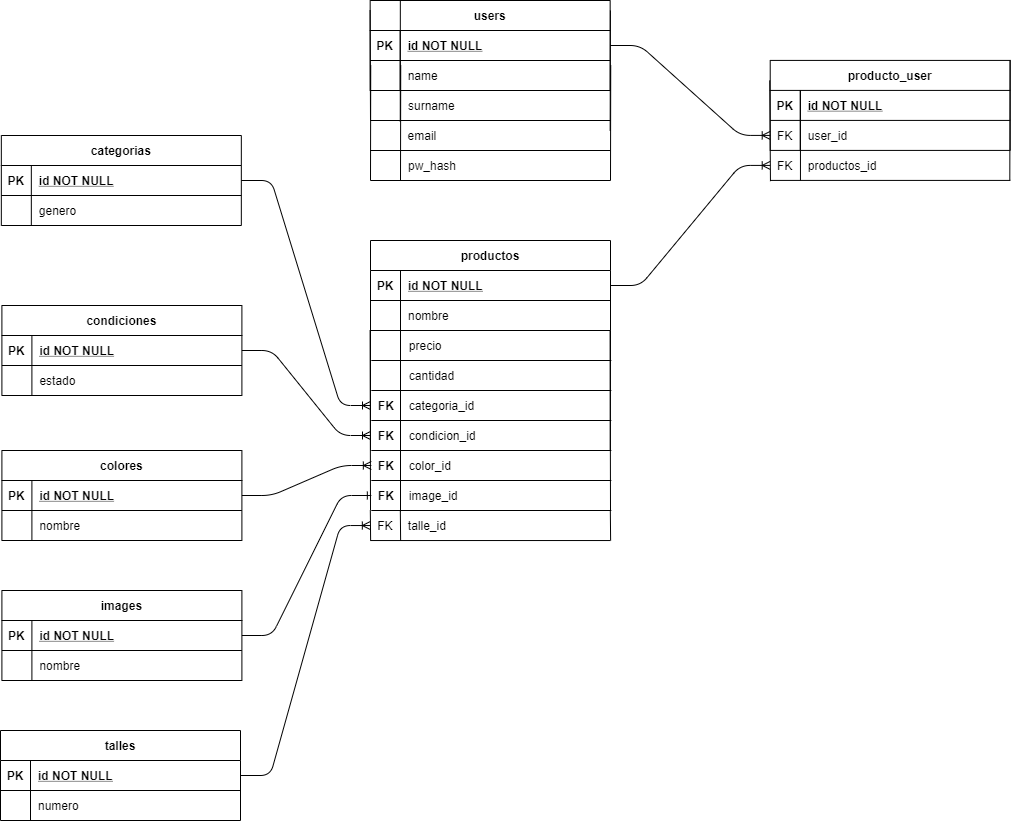
Earlier version of the draw.io export public/diagrama.png (joaquinodz/roper). Source tidied: cells renumbered, new cells last; positions are measured from the earlier drawing's top-left corner, leaving out a move shared by most shapes.
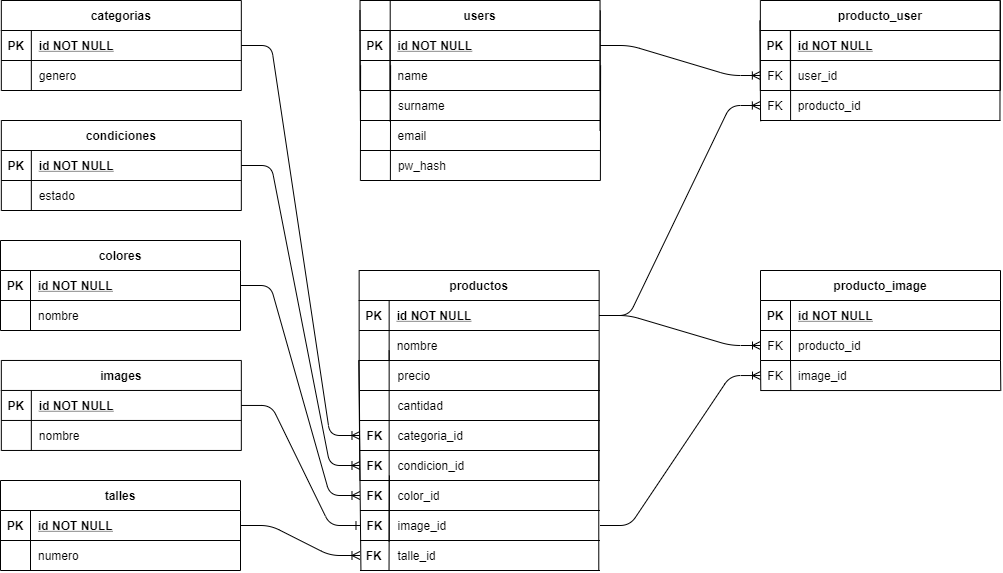
Above is the later version.

Commit message:
Modifiqué relaciones, again.

Change to the diagram source:
```diff
@@ -5,3 +5,3 @@
     <mxCell id="2" value="users" style="shape=table;startSize=30;rowLines=0;fontStyle=1;align=center;" parent="1" vertex="1">
-      <mxGeometry x="369.7" width="240" height="90" as="geometry" />
+      <mxGeometry x="369.5" y="50" width="240" height="90" as="geometry" />
     </mxCell>
@@ -26,3 +26,3 @@
     <mxCell id="9" value="productos" style="shape=table;startSize=30;rowLines=0;fontStyle=1;align=center;" parent="1" vertex="1">
-      <mxGeometry x="370" y="240" width="240" height="90" as="geometry" />
+      <mxGeometry x="368.7" y="320" width="240" height="90" as="geometry" />
     </mxCell>
@@ -47,3 +47,3 @@
     <mxCell id="16" value="categorias" style="shape=table;startSize=30;rowLines=0;fontStyle=1;align=center;" parent="1" vertex="1">
-      <mxGeometry x="0.8" y="135" width="240" height="90" as="geometry" />
+      <mxGeometry x="10.8" y="50" width="240" height="90" as="geometry" />
     </mxCell>
@@ -68,3 +68,3 @@
     <mxCell id="23" style="shape=table;startSize=0;rowLines=0;fontStyle=0;align=center;strokeColor=none;fillColor=none;" parent="1" vertex="1">
-      <mxGeometry x="370" y="90" width="240" height="30" as="geometry" />
+      <mxGeometry x="369.9" y="140" width="240" height="30" as="geometry" />
     </mxCell>
@@ -82,9 +82,7 @@
     </mxCell>
-    <mxCell id="28" style="edgeStyle=entityRelationEdgeStyle;fontSize=12;html=1;endArrow=ERoneToMany;exitX=1;exitY=0.5;exitDx=0;exitDy=0;" parent="1" edge="1" source="17">
-      <mxGeometry relative="1" as="geometry">
-        <mxPoint x="370" y="405" as="targetPoint" />
-      </mxGeometry>
+    <mxCell id="28" style="edgeStyle=entityRelationEdgeStyle;fontSize=12;html=1;endArrow=ERoneToMany;exitX=1;exitY=0.5;exitDx=0;exitDy=0;" parent="1" edge="1" source="17" target="91">
+      <mxGeometry relative="1" as="geometry" />
     </mxCell>
     <mxCell id="29" style="shape=table;startSize=0;rowLines=0;fontStyle=0;align=center;strokeColor=none;fillColor=none;" parent="1" vertex="1">
-      <mxGeometry x="370.8" y="450" width="240" height="30" as="geometry" />
+      <mxGeometry x="369.5" y="530" width="240" height="30" as="geometry" />
     </mxCell>
@@ -100,3 +98,3 @@
     <mxCell id="33" value="condiciones" style="shape=table;startSize=30;rowLines=0;fontStyle=1;align=center;" parent="1" vertex="1">
-      <mxGeometry x="1.4" y="305" width="240" height="90" as="geometry" />
+      <mxGeometry x="10.8" y="170" width="240" height="90" as="geometry" />
     </mxCell>
@@ -120,11 +118,7 @@
     </mxCell>
-    <mxCell id="40" style="edgeStyle=entityRelationEdgeStyle;fontSize=12;html=1;endArrow=ERoneToMany;exitX=1;exitY=0.5;exitDx=0;exitDy=0;" parent="1" edge="1" source="34">
-      <mxGeometry relative="1" as="geometry">
-        <mxPoint x="370" y="435" as="targetPoint" />
-      </mxGeometry>
+    <mxCell id="40" style="edgeStyle=entityRelationEdgeStyle;fontSize=12;html=1;endArrow=ERoneToMany;exitX=1;exitY=0.5;exitDx=0;exitDy=0;" parent="1" edge="1" source="34" target="95">
+      <mxGeometry relative="1" as="geometry" />
     </mxCell>
-    <mxCell id="41" style="endArrow=none;html=1;entryX=0;entryY=0.988;entryDx=0;entryDy=0;entryPerimeter=0;" parent="1" edge="1" target="13">
-      <mxGeometry relative="1" as="geometry">
-        <mxPoint x="370" y="450" as="sourcePoint" />
-      </mxGeometry>
+    <mxCell id="41" style="endArrow=none;html=1;entryX=0;entryY=0.988;entryDx=0;entryDy=0;entryPerimeter=0;exitX=0;exitY=1;exitDx=0;exitDy=0;exitPerimeter=0;" parent="1" edge="1" source="95" target="13">
+      <mxGeometry relative="1" as="geometry" />
     </mxCell>
@@ -132,4 +126,4 @@
       <mxGeometry relative="1" as="geometry">
-        <mxPoint x="609.8" y="450" as="sourcePoint" />
-        <mxPoint x="610" y="330" as="targetPoint" />
+        <mxPoint x="608.4" y="530" as="sourcePoint" />
+        <mxPoint x="608.6" y="410" as="targetPoint" />
       </mxGeometry>
@@ -138,9 +132,7 @@
       <mxGeometry relative="1" as="geometry">
-        <mxPoint x="369.6" y="9.6" as="targetPoint" />
+        <mxPoint x="369.5" y="59.6" as="targetPoint" />
       </mxGeometry>
     </mxCell>
-    <mxCell id="44" style="edgeStyle=entityRelationEdgeStyle;fontSize=12;html=1;endArrow=ERoneToMany;entryX=0;entryY=0.5;entryDx=0;entryDy=0;" parent="1" edge="1" target="50">
-      <mxGeometry relative="1" as="geometry">
-        <mxPoint x="239.8" y="775" as="sourcePoint" />
-      </mxGeometry>
+    <mxCell id="44" style="edgeStyle=entityRelationEdgeStyle;fontSize=12;html=1;endArrow=ERoneToMany;" parent="1" edge="1" source="121" target="148">
+      <mxGeometry relative="1" as="geometry" />
     </mxCell>
@@ -148,4 +140,4 @@
       <mxGeometry relative="1" as="geometry">
-        <mxPoint x="609.7" y="130" as="sourcePoint" />
-        <mxPoint x="609.9" y="10" as="targetPoint" />
+        <mxPoint x="609.5" y="180" as="sourcePoint" />
+        <mxPoint x="609.8" y="60" as="targetPoint" />
       </mxGeometry>
@@ -160,21 +152,8 @@
       <mxGeometry relative="1" as="geometry">
-        <mxPoint x="399.8" as="targetPoint" />
+        <mxPoint x="399.7" y="50" as="targetPoint" />
       </mxGeometry>
     </mxCell>
-    <mxCell id="49" style="shape=table;startSize=0;rowLines=0;fontStyle=0;align=center;strokeColor=none;fillColor=none;" parent="1" vertex="1">
-      <mxGeometry x="369.8" y="510" width="240" height="30" as="geometry" />
-    </mxCell>
-    <mxCell id="50" style="shape=partialRectangle;fillColor=none;top=0;left=0;bottom=1;right=0;points=[[0,0.5],[1,0.5]];portConstraint=eastwest;" parent="49" vertex="1">
-      <mxGeometry width="240" height="30" as="geometry" />
-    </mxCell>
-    <mxCell id="51" value="FK" style="shape=partialRectangle;fillColor=none;top=0;left=0;bottom=0;right=0;fontStyle=0;overflow=hidden;" parent="50" vertex="1">
-      <mxGeometry width="30" height="30" as="geometry" />
-    </mxCell>
-    <mxCell id="52" value="talle_id" style="shape=partialRectangle;fillColor=none;top=0;left=0;bottom=0;right=0;align=left;spacingLeft=6;fontStyle=0;overflow=hidden;" parent="50" vertex="1">
-      <mxGeometry x="30" width="210" height="30" as="geometry" />
-    </mxCell>
-    <mxCell id="53" style="endArrow=none;html=1;entryX=0;entryY=0.988;entryDx=0;entryDy=0;entryPerimeter=0;" parent="1" edge="1">
+    <mxCell id="53" style="endArrow=none;html=1;entryX=0;entryY=0.988;entryDx=0;entryDy=0;entryPerimeter=0;exitX=0.004;exitY=1.017;exitDx=0;exitDy=0;exitPerimeter=0;" parent="1" edge="1" source="148">
       <mxGeometry relative="1" as="geometry">
-        <mxPoint x="370" y="510" as="sourcePoint" />
-        <mxPoint x="369.6" y="330" as="targetPoint" />
+        <mxPoint x="368.2" y="410" as="targetPoint" />
       </mxGeometry>
@@ -182,3 +161,3 @@
     <mxCell id="54" value="colores" style="shape=table;startSize=30;rowLines=0;fontStyle=1;align=center;" parent="1" vertex="1">
-      <mxGeometry x="1.4" y="450" width="240" height="90" as="geometry" />
+      <mxGeometry x="10" y="290" width="240" height="90" as="geometry" />
     </mxCell>
@@ -203,3 +182,3 @@
     <mxCell id="61" value="producto_user" style="shape=table;startSize=30;rowLines=0;fontStyle=1;align=center;" parent="1" vertex="1">
-      <mxGeometry x="769.7" y="59.9" width="240" height="90" as="geometry" />
+      <mxGeometry x="769.9" y="50" width="240" height="90" as="geometry" />
     </mxCell>
@@ -224,3 +203,3 @@
     <mxCell id="68" style="shape=table;startSize=0;rowLines=0;fontStyle=0;align=center;strokeColor=none;fillColor=none;" parent="1" vertex="1">
-      <mxGeometry x="769.7" y="149.9" width="240" height="30" as="geometry" />
+      <mxGeometry x="769.9" y="140" width="240" height="30" as="geometry" />
     </mxCell>
@@ -232,3 +211,3 @@
     </mxCell>
-    <mxCell id="71" value="productos_id" style="shape=partialRectangle;fillColor=none;top=0;left=0;bottom=0;right=0;align=left;spacingLeft=6;fontStyle=0;overflow=hidden;" parent="69" vertex="1">
+    <mxCell id="71" value="producto_id" style="shape=partialRectangle;fillColor=none;top=0;left=0;bottom=0;right=0;align=left;spacingLeft=6;fontStyle=0;overflow=hidden;" parent="69" vertex="1">
       <mxGeometry x="30" width="210" height="30" as="geometry" />
@@ -236,3 +215,3 @@
     <mxCell id="72" style="shape=table;startSize=0;rowLines=0;fontStyle=0;align=center;strokeColor=none;fillColor=none;" parent="1" vertex="1">
-      <mxGeometry x="369.6" y="120" width="240" height="30" as="geometry" />
+      <mxGeometry x="369.5" y="170" width="240" height="30" as="geometry" />
     </mxCell>
@@ -248,3 +227,3 @@
     <mxCell id="76" style="shape=table;startSize=0;rowLines=0;fontStyle=0;align=center;strokeColor=none;fillColor=none;" parent="1" vertex="1">
-      <mxGeometry x="370" y="150" width="240" height="30" as="geometry" />
+      <mxGeometry x="369.9" y="200" width="240" height="30" as="geometry" />
     </mxCell>
@@ -261,4 +240,4 @@
       <mxGeometry relative="1" as="geometry">
-        <mxPoint x="610" y="180" as="sourcePoint" />
-        <mxPoint x="610.2" y="65" as="targetPoint" />
+        <mxPoint x="609.9" y="230" as="sourcePoint" />
+        <mxPoint x="610.1" y="115" as="targetPoint" />
       </mxGeometry>
@@ -267,4 +246,4 @@
       <mxGeometry relative="1" as="geometry">
-        <mxPoint x="400" y="180" as="sourcePoint" />
-        <mxPoint x="400.2" y="65" as="targetPoint" />
+        <mxPoint x="399.9" y="230" as="sourcePoint" />
+        <mxPoint x="400.1" y="115" as="targetPoint" />
       </mxGeometry>
@@ -273,4 +252,4 @@
       <mxGeometry relative="1" as="geometry">
-        <mxPoint x="370" y="180" as="sourcePoint" />
-        <mxPoint x="370.2" y="65" as="targetPoint" />
+        <mxPoint x="369.9" y="230" as="sourcePoint" />
+        <mxPoint x="370.1" y="115" as="targetPoint" />
       </mxGeometry>
@@ -279,3 +258,3 @@
       <mxGeometry relative="1" as="geometry">
-        <mxPoint x="769.2" y="80" as="targetPoint" />
+        <mxPoint x="769.4" y="70.1" as="targetPoint" />
       </mxGeometry>
@@ -284,4 +263,4 @@
       <mxGeometry relative="1" as="geometry">
-        <mxPoint x="1009.3" y="179.9" as="sourcePoint" />
-        <mxPoint x="1009.5" y="59.9" as="targetPoint" />
+        <mxPoint x="1009.5" y="170" as="sourcePoint" />
+        <mxPoint x="1009.7" y="50" as="targetPoint" />
       </mxGeometry>
@@ -290,28 +269,7 @@
       <mxGeometry relative="1" as="geometry">
-        <mxPoint x="799.9" y="89.9" as="targetPoint" />
+        <mxPoint x="800.1" y="80" as="targetPoint" />
       </mxGeometry>
     </mxCell>
-    <mxCell id="86" style="shape=partialRectangle;fillColor=none;top=0;left=0;bottom=0;right=0;align=left;spacingLeft=6;fontStyle=0;overflow=hidden;" parent="1" vertex="1">
-      <mxGeometry x="399.8" y="510" width="210" height="30" as="geometry" />
-    </mxCell>
-    <mxCell id="87" style="endArrow=none;html=1;" parent="1" edge="1">
-      <mxGeometry relative="1" as="geometry">
-        <mxPoint x="370.1" y="540" as="sourcePoint" />
-        <mxPoint x="369.8" y="510" as="targetPoint" />
-      </mxGeometry>
-    </mxCell>
-    <mxCell id="88" style="endArrow=none;html=1;" parent="1" edge="1">
-      <mxGeometry relative="1" as="geometry">
-        <mxPoint x="400.1" y="540" as="sourcePoint" />
-        <mxPoint x="399.8" y="510" as="targetPoint" />
-      </mxGeometry>
-    </mxCell>
-    <mxCell id="89" style="endArrow=none;html=1;" parent="1" edge="1">
-      <mxGeometry relative="1" as="geometry">
-        <mxPoint x="610.1" y="540" as="sourcePoint" />
-        <mxPoint x="609.8" y="510" as="targetPoint" />
-      </mxGeometry>
-    </mxCell>
     <mxCell id="90" style="shape=table;startSize=0;rowLines=0;fontStyle=0;align=center;strokeColor=none;fillColor=none;" parent="1" vertex="1">
-      <mxGeometry x="370.8" y="390" width="240" height="30" as="geometry" />
+      <mxGeometry x="369.5" y="470" width="240" height="30" as="geometry" />
     </mxCell>
@@ -327,3 +285,3 @@
     <mxCell id="94" style="shape=table;startSize=0;rowLines=0;fontStyle=0;align=center;strokeColor=none;fillColor=none;" parent="1" vertex="1">
-      <mxGeometry x="370.8" y="420" width="240" height="30" as="geometry" />
+      <mxGeometry x="369.5" y="500" width="240" height="30" as="geometry" />
     </mxCell>
@@ -339,3 +297,3 @@
     <mxCell id="98" style="shape=table;startSize=0;rowLines=0;fontStyle=0;align=center;strokeColor=none;fillColor=none;" parent="1" vertex="1">
-      <mxGeometry x="370.8" y="330" width="240" height="30" as="geometry" />
+      <mxGeometry x="369.5" y="410" width="240" height="30" as="geometry" />
     </mxCell>
@@ -351,3 +309,3 @@
     <mxCell id="102" style="shape=table;startSize=0;rowLines=0;fontStyle=0;align=center;strokeColor=none;fillColor=none;" parent="1" vertex="1">
-      <mxGeometry x="370.8" y="360" width="240" height="30" as="geometry" />
+      <mxGeometry x="369.5" y="440" width="240" height="30" as="geometry" />
     </mxCell>
@@ -363,3 +321,3 @@
     <mxCell id="106" style="shape=table;startSize=0;rowLines=0;fontStyle=0;align=center;strokeColor=none;fillColor=none;" parent="1" vertex="1">
-      <mxGeometry x="370.8" y="480" width="240" height="30" as="geometry" />
+      <mxGeometry x="369.5" y="560" width="240" height="30" as="geometry" />
     </mxCell>
@@ -375,3 +333,3 @@
     <mxCell id="110" value="images" style="shape=table;startSize=30;rowLines=0;fontStyle=1;align=center;" parent="1" vertex="1">
-      <mxGeometry x="1.4" y="590" width="240" height="90" as="geometry" />
+      <mxGeometry x="10.8" y="410" width="240" height="90" as="geometry" />
     </mxCell>
@@ -395,15 +353,11 @@
     </mxCell>
-    <mxCell id="117" style="edgeStyle=entityRelationEdgeStyle;fontSize=12;html=1;endArrow=ERone;endFill=1;exitX=1;exitY=0.5;exitDx=0;exitDy=0;entryX=0;entryY=0.5;entryDx=0;entryDy=0;" parent="1" edge="1" source="111" target="107">
-      <mxGeometry relative="1" as="geometry" />
-    </mxCell>
     <mxCell id="118" style="endArrow=none;html=1;entryX=0;entryY=0.988;entryDx=0;entryDy=0;entryPerimeter=0;" parent="1" edge="1">
       <mxGeometry relative="1" as="geometry">
-        <mxPoint x="400" y="511" as="sourcePoint" />
-        <mxPoint x="400" y="320" as="targetPoint" />
+        <mxPoint x="398.6" y="591" as="sourcePoint" />
+        <mxPoint x="398.6" y="400" as="targetPoint" />
       </mxGeometry>
     </mxCell>
-    <mxCell id="119" style="endArrow=none;html=1;entryX=0;entryY=0.988;entryDx=0;entryDy=0;entryPerimeter=0;" parent="1" edge="1">
+    <mxCell id="119" style="endArrow=none;html=1;entryX=0;entryY=0.988;entryDx=0;entryDy=0;entryPerimeter=0;exitX=0.995;exitY=1;exitDx=0;exitDy=0;exitPerimeter=0;" parent="1" edge="1" source="148">
       <mxGeometry relative="1" as="geometry">
-        <mxPoint x="610" y="510" as="sourcePoint" />
-        <mxPoint x="609.6" y="330" as="targetPoint" />
+        <mxPoint x="608.2" y="410" as="targetPoint" />
       </mxGeometry>
@@ -411,3 +365,3 @@
     <mxCell id="120" value="talles" style="shape=table;startSize=30;rowLines=0;fontStyle=1;align=center;" parent="1" vertex="1">
-      <mxGeometry y="730" width="240" height="90" as="geometry" />
+      <mxGeometry x="10" y="530" width="240" height="90" as="geometry" />
     </mxCell>
@@ -432,10 +386,96 @@
     <mxCell id="127" value="FK" style="shape=partialRectangle;fillColor=none;top=0;left=0;bottom=0;right=0;fontStyle=1;overflow=hidden;" parent="1" vertex="1">
-      <mxGeometry x="370.8" y="420" width="30" height="30" as="geometry" />
+      <mxGeometry x="369.5" y="500" width="30" height="30" as="geometry" />
     </mxCell>
     <mxCell id="128" value="FK" style="shape=partialRectangle;fillColor=none;top=0;left=0;bottom=0;right=0;fontStyle=1;overflow=hidden;" parent="1" vertex="1">
-      <mxGeometry x="370.8" y="450" width="30" height="30" as="geometry" />
+      <mxGeometry x="369.5" y="530" width="30" height="30" as="geometry" />
     </mxCell>
     <mxCell id="129" value="FK" style="shape=partialRectangle;fillColor=none;top=0;left=0;bottom=0;right=0;fontStyle=1;overflow=hidden;" parent="1" vertex="1">
-      <mxGeometry x="370.8" y="480" width="30" height="30" as="geometry" />
+      <mxGeometry x="369.5" y="560" width="30" height="30" as="geometry" />
     </mxCell>
+    <mxCell id="130" value="producto_image" style="shape=table;startSize=30;rowLines=0;fontStyle=1;align=center;" parent="1" vertex="1">
+      <mxGeometry x="770" y="320" width="240" height="90" as="geometry" />
+    </mxCell>
+    <mxCell id="131" style="shape=partialRectangle;fillColor=none;top=0;left=0;right=0;bottom=1;" parent="130" vertex="1">
+      <mxGeometry y="30" width="240" height="30" as="geometry" />
+    </mxCell>
+    <mxCell id="132" value="PK" style="shape=partialRectangle;overflow=hidden;fillColor=none;top=0;left=0;bottom=0;right=0;fontStyle=1;" parent="131" vertex="1">
+      <mxGeometry width="30" height="30" as="geometry" />
+    </mxCell>
+    <mxCell id="133" value="id NOT NULL" style="shape=partialRectangle;overflow=hidden;fillColor=none;top=0;left=0;bottom=0;right=0;align=left;spacingLeft=6;fontStyle=5;" parent="131" vertex="1">
+      <mxGeometry x="30" width="210" height="30" as="geometry" />
+    </mxCell>
+    <mxCell id="134" style="shape=partialRectangle;fillColor=none;points=[[0,0.5],[1,0.5]];portConstraint=eastwest;top=0;left=0;right=0;bottom=0;" parent="130" vertex="1">
+      <mxGeometry y="60" width="240" height="30" as="geometry" />
+    </mxCell>
+    <mxCell id="135" style="shape=partialRectangle;overflow=hidden;fillColor=none;top=0;left=0;bottom=0;right=0;" parent="134" vertex="1">
+      <mxGeometry width="30" height="30" as="geometry" />
+    </mxCell>
+    <mxCell id="136" value="producto_id" style="shape=partialRectangle;overflow=hidden;fillColor=none;top=0;left=0;bottom=0;right=0;align=left;spacingLeft=6;" parent="134" vertex="1">
+      <mxGeometry x="30" width="210" height="30" as="geometry" />
+    </mxCell>
+    <mxCell id="137" value="image_id" style="shape=partialRectangle;overflow=hidden;fillColor=none;top=0;left=0;bottom=0;right=0;align=left;spacingLeft=6;" parent="1" vertex="1">
+      <mxGeometry x="800" y="410" width="210" height="30" as="geometry" />
+    </mxCell>
+    <mxCell id="138" style="endArrow=none;html=1;" parent="1" edge="1">
+      <mxGeometry relative="1" as="geometry">
+        <mxPoint x="770.3" y="440" as="sourcePoint" />
+        <mxPoint x="770" y="410" as="targetPoint" />
+      </mxGeometry>
+    </mxCell>
+    <mxCell id="139" style="endArrow=none;html=1;" parent="1" edge="1">
+      <mxGeometry relative="1" as="geometry">
+        <mxPoint x="800.3" y="440" as="sourcePoint" />
+        <mxPoint x="800" y="410" as="targetPoint" />
+      </mxGeometry>
+    </mxCell>
+    <mxCell id="140" style="endArrow=none;html=1;" parent="1" edge="1">
+      <mxGeometry relative="1" as="geometry">
+        <mxPoint x="1010.3" y="440" as="sourcePoint" />
+        <mxPoint x="1010" y="410" as="targetPoint" />
+      </mxGeometry>
+    </mxCell>
+    <mxCell id="141" value="FK" style="shape=partialRectangle;fillColor=none;top=0;left=0;bottom=0;right=0;fontStyle=0;overflow=hidden;" parent="1" vertex="1">
+      <mxGeometry x="770" y="380" width="30" height="30" as="geometry" />
+    </mxCell>
+    <mxCell id="142" style="edgeStyle=entityRelationEdgeStyle;fontSize=12;html=1;endArrow=ERoneToMany;exitX=1;exitY=0.5;exitDx=0;exitDy=0;" parent="1" edge="1" source="10" target="134">
+      <mxGeometry relative="1" as="geometry" />
+    </mxCell>
+    <mxCell id="143" style="edgeStyle=entityRelationEdgeStyle;fontSize=12;html=1;endArrow=ERoneToMany;entryX=0;entryY=0.5;entryDx=0;entryDy=0;" parent="1" edge="1" source="107" target="145">
+      <mxGeometry relative="1" as="geometry" />
+    </mxCell>
+    <mxCell id="144" style="shape=table;startSize=0;rowLines=0;fontStyle=0;align=center;strokeColor=none;fillColor=none;" parent="1" vertex="1">
+      <mxGeometry x="770" y="410" width="240" height="30" as="geometry" />
+    </mxCell>
+    <mxCell id="145" style="shape=partialRectangle;fillColor=none;top=0;left=0;bottom=1;right=0;points=[[0,0.5],[1,0.5]];portConstraint=eastwest;" parent="144" vertex="1">
+      <mxGeometry width="240" height="30" as="geometry" />
+    </mxCell>
+    <mxCell id="51" value="FK" style="shape=partialRectangle;fillColor=none;top=0;left=0;bottom=0;right=0;fontStyle=0;overflow=hidden;" parent="145" vertex="1">
+      <mxGeometry width="30" height="30" as="geometry" />
+    </mxCell>
+    <mxCell id="146" style="shape=partialRectangle;fillColor=none;top=0;left=0;bottom=0;right=0;align=left;spacingLeft=6;fontStyle=0;overflow=hidden;" parent="145" vertex="1">
+      <mxGeometry x="30" width="210" height="30" as="geometry" />
+    </mxCell>
+    <mxCell id="147" style="shape=table;startSize=0;rowLines=0;fontStyle=0;align=center;strokeColor=none;fillColor=none;" parent="1" vertex="1">
+      <mxGeometry x="369.5" y="590" width="240" height="30" as="geometry" />
+    </mxCell>
+    <mxCell id="148" style="shape=partialRectangle;fillColor=none;top=0;left=0;bottom=1;right=0;points=[[0,0.5],[1,0.5]];portConstraint=eastwest;" parent="147" vertex="1">
+      <mxGeometry width="240" height="30" as="geometry" />
+    </mxCell>
+    <mxCell id="149" style="shape=partialRectangle;fillColor=none;top=0;left=0;bottom=0;right=0;fontStyle=1;overflow=hidden;" parent="148" vertex="1">
+      <mxGeometry width="30" height="30" as="geometry" />
+    </mxCell>
+    <mxCell id="52" value="talle_id" style="shape=partialRectangle;fillColor=none;top=0;left=0;bottom=0;right=0;align=left;spacingLeft=6;fontStyle=0;overflow=hidden;" parent="148" vertex="1">
+      <mxGeometry x="30" width="210" height="30" as="geometry" />
+    </mxCell>
+    <mxCell id="150" value="FK" style="shape=partialRectangle;fillColor=none;top=0;left=0;bottom=0;right=0;fontStyle=1;overflow=hidden;" parent="1" vertex="1">
+      <mxGeometry x="368.7" y="590" width="30" height="30" as="geometry" />
+    </mxCell>
+    <mxCell id="151" style="endArrow=none;html=1;exitX=0.121;exitY=0.996;exitDx=0;exitDy=0;exitPerimeter=0;" parent="1" edge="1" source="148">
+      <mxGeometry relative="1" as="geometry">
+        <mxPoint x="398.9" y="525" as="targetPoint" />
+      </mxGeometry>
+    </mxCell>
+    <mxCell id="117" style="edgeStyle=entityRelationEdgeStyle;fontSize=12;html=1;endArrow=ERone;endFill=1;" parent="1" edge="1" source="111" target="107">
+      <mxGeometry relative="1" as="geometry" />
+    </mxCell>
   </root>
```
